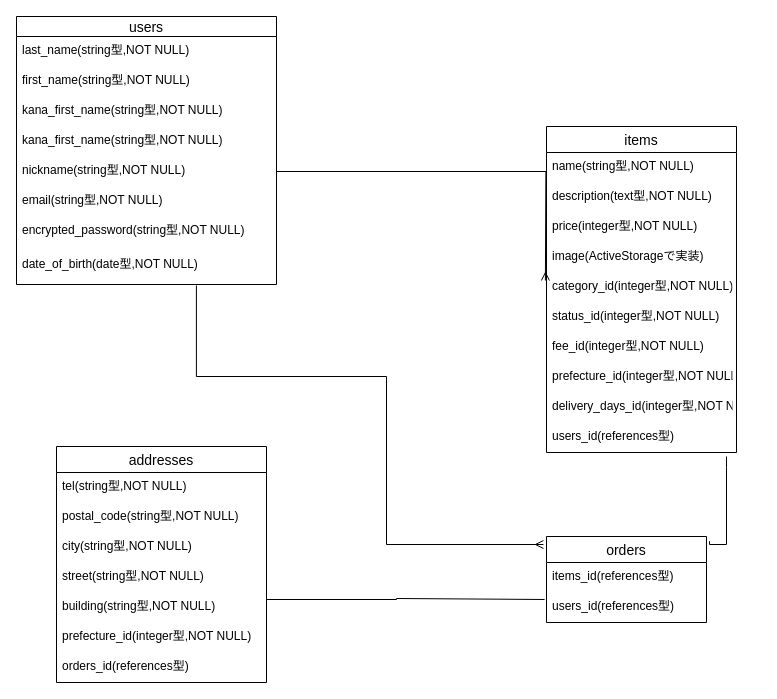
RyousukeOkazaki/furima-36553 keeps this draw.io diagram as er.dio. Above is the earlier version. Source tidied: cells renumbered, new cells numbered last; positions are measured from the earlier drawing's top-left corner, leaving out a move shared by most shapes. Both pictures are drawn from the tidied source at 100%, with x=0, y=0 at pixel (16, 16).
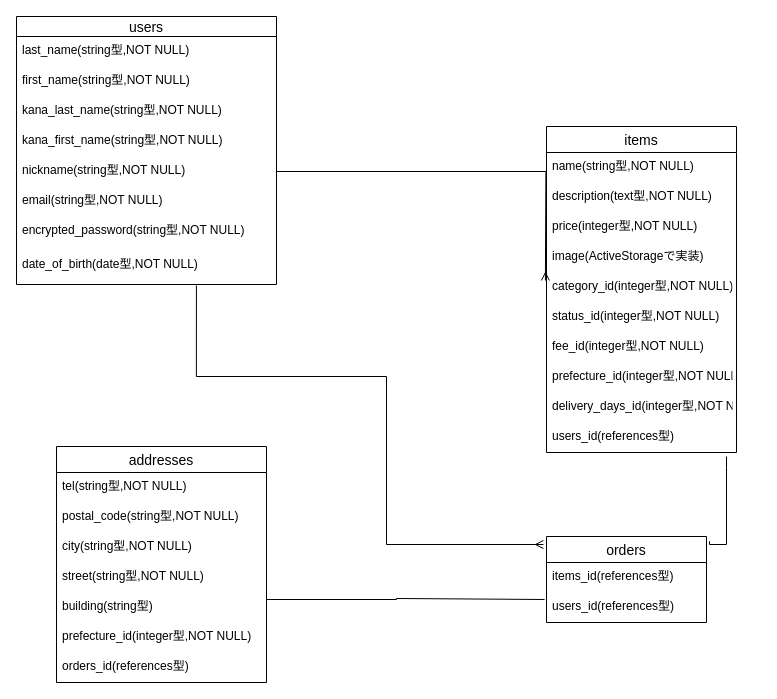
The same page after the edit.

The change refers to these unchanged cells:
```xml
<mxCell id="2" value="users" style="swimlane;fontStyle=0;horizontal=1;startSize=20;align=center;fontSize=14;" parent="1" vertex="1">
  <mxGeometry width="260" height="268" as="geometry" />
</mxCell>
<mxCell id="22" value="addresses" style="swimlane;fontStyle=0;horizontal=1;startSize=26;align=center;fontSize=14;" parent="1" vertex="1">
  <mxGeometry x="40" y="430" width="210" height="236" as="geometry" />
</mxCell>
```

Diff of the diagram source:
```diff
@@
-    <mxCell id="5" value="kana_first_name(string型,NOT NULL)" style="text;strokeColor=none;fillColor=none;spacingLeft=4;spacingRight=4;overflow=hidden;fontSize=12;" parent="2" vertex="1">
+    <mxCell id="5" value="kana_last_name(string型,NOT NULL)" style="text;strokeColor=none;fillColor=none;spacingLeft=4;spacingRight=4;overflow=hidden;fontSize=12;" parent="2" vertex="1">
       <mxGeometry y="80" width="260" height="30" as="geometry" />
     </mxCell>
@@
-    <mxCell id="27" value="building(string型,NOT NULL)" style="text;strokeColor=none;fillColor=none;spacingLeft=4;spacingRight=4;overflow=hidden;fontSize=12;" parent="22" vertex="1">
+    <mxCell id="27" value="building(string型)" style="text;strokeColor=none;fillColor=none;spacingLeft=4;spacingRight=4;overflow=hidden;fontSize=12;" parent="22" vertex="1">
       <mxGeometry y="146" width="210" height="30" as="geometry" />
     </mxCell>
```
